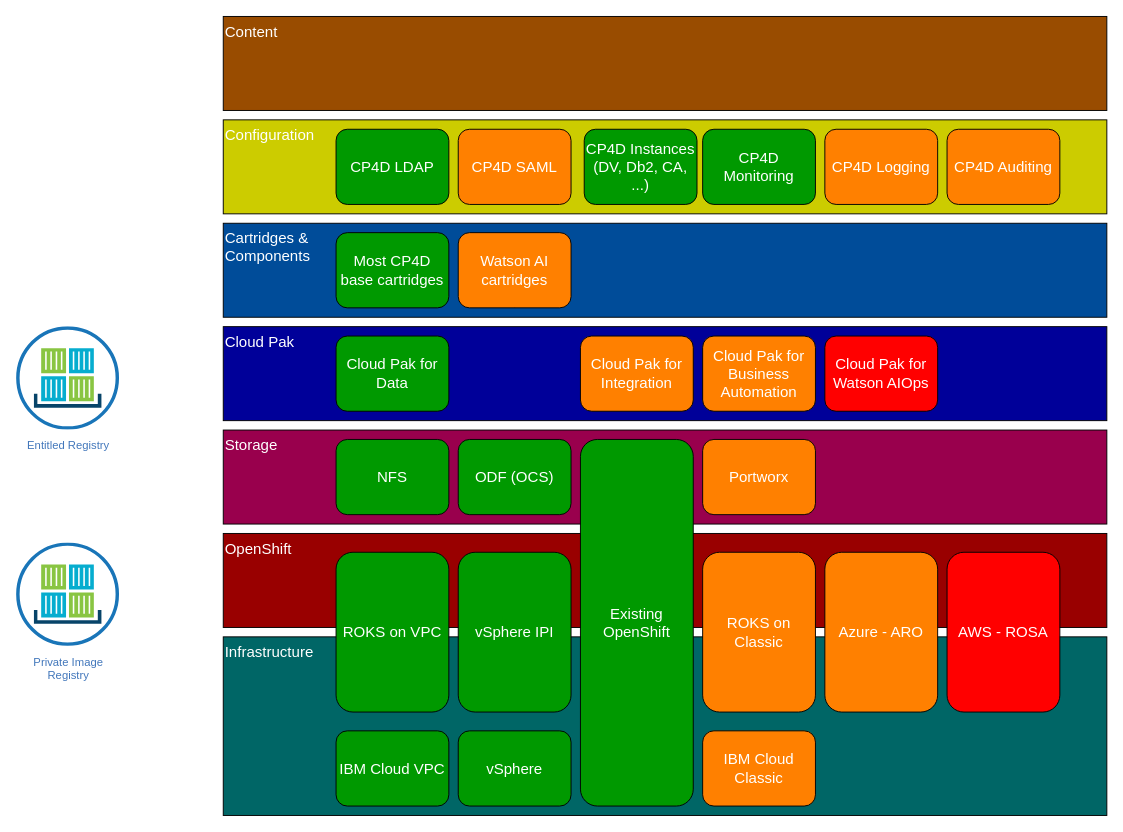
Before: doc/src/pages/cp-deploy/overview/cp-deploy-current-state.drawio in IBM/cloud-pak-deployer, a draw.io diagram. Source tidied: cells renumbered, new cells numbered last; positions are measured from the earlier drawing's top-left corner, leaving out a move shared by most shapes. Both pictures are drawn from the tidied source at 94%, with x=0, y=0 at pixel (16, 16).
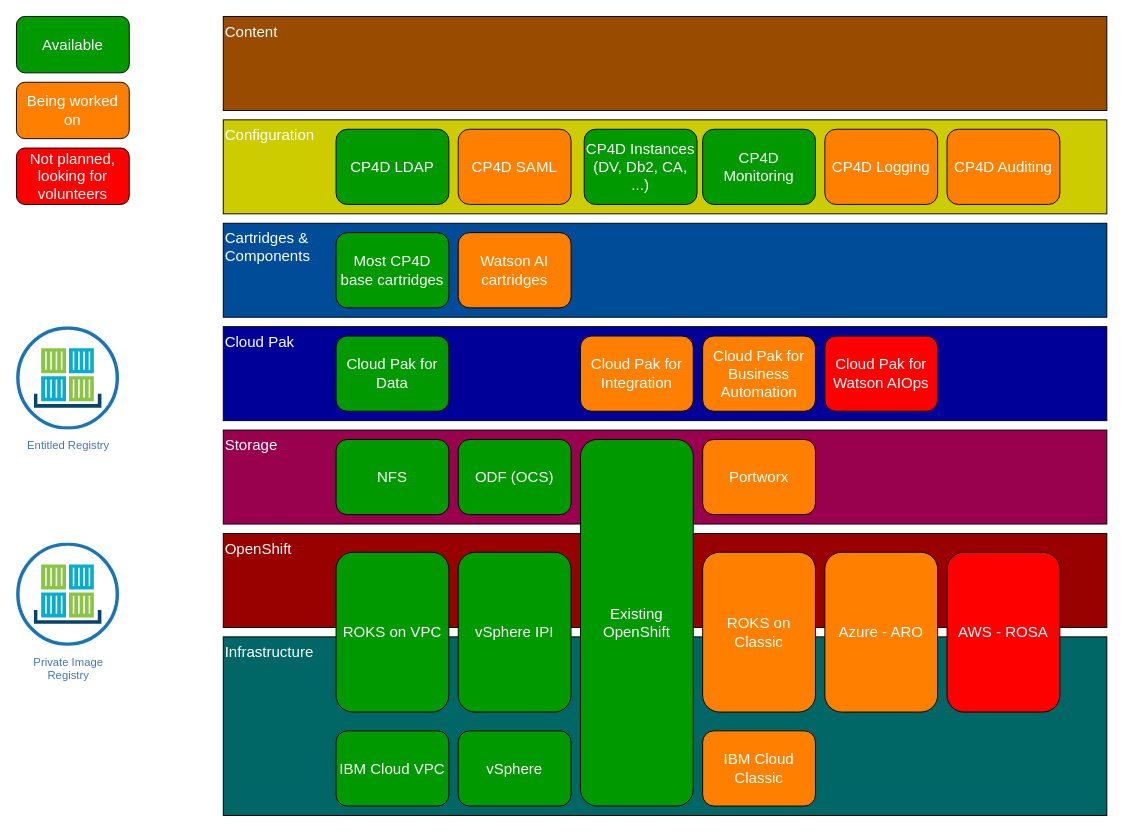
After the change.

Commit message (it also covers changes not shown here):
Update current state

What changed in the source:
```diff
@@
+    <mxCell id="42" value="Available" style="rounded=1;whiteSpace=wrap;html=1;fontSize=16;fontColor=#FFFFFF;fillColor=#009900;align=center;verticalAlign=middle;" parent="1" vertex="1">
+      <mxGeometry width="120" height="60" as="geometry" />
+    </mxCell>
+    <mxCell id="43" value="Being worked on" style="rounded=1;whiteSpace=wrap;html=1;fontSize=16;fontColor=#FFFFFF;fillColor=#FF8000;align=center;verticalAlign=middle;" parent="1" vertex="1">
+      <mxGeometry y="70" width="120" height="60" as="geometry" />
+    </mxCell>
+    <mxCell id="44" value="Not planned, looking for volunteers" style="rounded=1;whiteSpace=wrap;html=1;fontSize=16;fontColor=#FFFFFF;fillColor=#FF0000;align=center;verticalAlign=middle;" parent="1" vertex="1">
+      <mxGeometry y="140" width="120" height="60" as="geometry" />
+    </mxCell>
```
